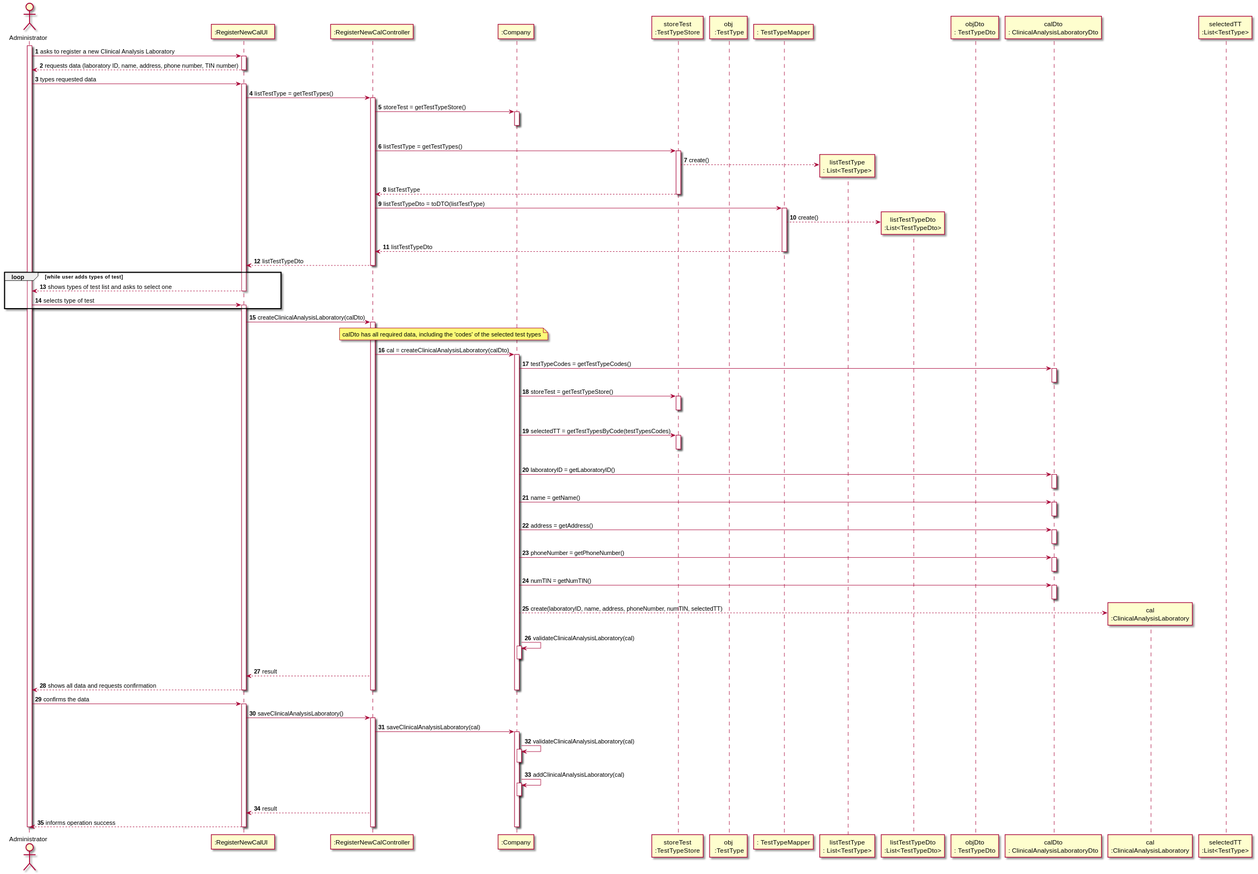
The PlantUML diagram docs/SprintC/US_8/US8_SD.svg in ana-albergaria/LAPR2-ISEP, before a commit. Source of this version:
```plantuml
@startuml
autonumber
actor "Administrator" as ADM

participant ":RegisterNewCalUI  " as UI
participant ":RegisterNewCalController" as CTRL
participant ":Company" as PLAT
participant "storeTest\n:TestTypeStore" as TEST_TYPE_STORE
participant "obj\n :TestType" as TEST_TYPE_OBJ
participant ": TestTypeMapper" as MAPPER
participant "listTestType\n: List<TestType>" as LIST
participant "listTestTypeDto\n:List<TestTypeDto>" as LIST_DTO
participant "objDto\n: TestTypeDto" as OBJ_DTO
participant "calDto\n: ClinicalAnalysisLaboratoryDto" as CAL_DTO
participant "cal\n:ClinicalAnalysisLaboratory" as TAREFA
participant "selectedTT\n:List<TestType>" as CAT



activate ADM
ADM -> UI : asks to register a new Clinical Analysis Laboratory
activate UI
UI --> ADM : requests data (laboratory ID, name, address, phone number, TIN number)
deactivate UI

ADM -> UI : types requested data
activate UI

UI -> CTRL : listTestType = getTestTypes()
activate CTRL

CTRL -> PLAT : storeTest = getTestTypeStore()
activate PLAT
|||
deactivate PLAT

CTRL -> TEST_TYPE_STORE : listTestType = getTestTypes()
activate TEST_TYPE_STORE


TEST_TYPE_STORE --> LIST** : create()

TEST_TYPE_STORE --> CTRL : listTestType

deactivate TEST_TYPE_STORE


CTRL -> MAPPER : listTestTypeDto = toDTO(listTestType)
activate MAPPER

MAPPER --> LIST_DTO** : create()



MAPPER --> CTRL : listTestTypeDto
deactivate MAPPER


CTRL --> UI : listTestTypeDto
deactivate CTRL

loop while user adds types of test
UI --> ADM : shows types of test list and asks to select one
deactivate PLAT
deactivate UI

ADM -> UI : selects type of test
activate UI
end


UI -> CTRL : createClinicalAnalysisLaboratory(calDto)
activate CTRL






note over CTRL, PLAT
calDto has all required data, including the 'codes' of the selected test types
end note
CTRL -> PLAT: cal = createClinicalAnalysisLaboratory(calDto)
activate PLAT

PLAT -> CAL_DTO : testTypeCodes = getTestTypeCodes()
activate CAL_DTO
deactivate CAL_DTO

PLAT -> TEST_TYPE_STORE : storeTest = getTestTypeStore()
activate TEST_TYPE_STORE
|||
deactivate TEST_TYPE_STORE

PLAT -> TEST_TYPE_STORE : selectedTT = getTestTypesByCode(testTypesCodes)
activate TEST_TYPE_STORE
|||
deactivate TEST_TYPE_STORE


PLAT -> CAL_DTO : laboratoryID = getLaboratoryID()
activate CAL_DTO
deactivate CAL_DTO

PLAT -> CAL_DTO : name = getName()
activate CAL_DTO
deactivate CAL_DTO

PLAT -> CAL_DTO : address = getAddress()
activate CAL_DTO
deactivate CAL_DTO

PLAT -> CAL_DTO : phoneNumber = getPhoneNumber()
activate CAL_DTO
deactivate CAL_DTO

PLAT -> CAL_DTO : numTIN = getNumTIN()
activate CAL_DTO
deactivate CAL_DTO


PLAT --> TAREFA**: create(laboratoryID, name, address, phoneNumber, numTIN, selectedTT)
PLAT -> PLAT: validateClinicalAnalysisLaboratory(cal)
activate PLAT
deactivate PLAT

CTRL --> UI: result

UI --> ADM: shows all data and requests confirmation
deactivate PLAT
deactivate PLAT
deactivate CTRL
deactivate UI

ADM -> UI : confirms the data
activate UI
UI -> CTRL : saveClinicalAnalysisLaboratory()
activate CTRL

CTRL -> PLAT : saveClinicalAnalysisLaboratory(cal)
activate PLAT

PLAT -> PLAT: validateClinicalAnalysisLaboratory(cal)
activate PLAT
deactivate PLAT
PLAT -> PLAT: addClinicalAnalysisLaboratory(cal)
activate PLAT
deactivate PLAT

CTRL --> UI: result

UI --> ADM : informs operation success
deactivate PLAT
deactivate CTRL
deactivate UI

deactivate ADM


@enduml
```
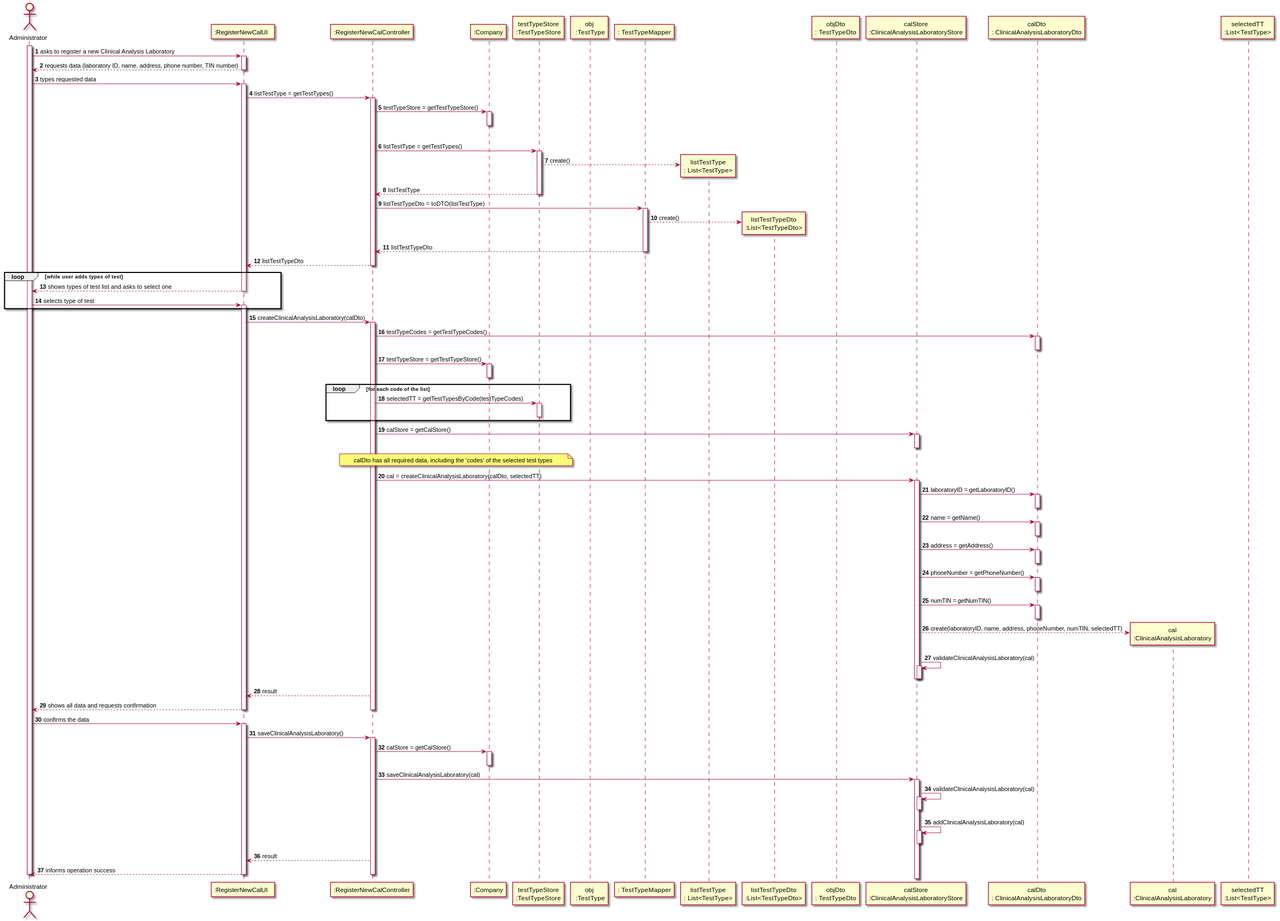
The same diagram one commit later.

What changed in the source:
```diff
@@ -5,12 +5,13 @@
 participant ":RegisterNewCalUI  " as UI
 participant ":RegisterNewCalController" as CTRL
 participant ":Company" as PLAT
-participant "storeTest\n:TestTypeStore" as TEST_TYPE_STORE
+participant "testTypeStore\n:TestTypeStore" as TEST_TYPE_STORE
 participant "obj\n :TestType" as TEST_TYPE_OBJ
 participant ": TestTypeMapper" as MAPPER
 participant "listTestType\n: List<TestType>" as LIST
 participant "listTestTypeDto\n:List<TestTypeDto>" as LIST_DTO
 participant "objDto\n: TestTypeDto" as OBJ_DTO
+participant "calStore\n:ClinicalAnalysisLaboratoryStore" as CAL_STORE
 participant "calDto\n: ClinicalAnalysisLaboratoryDto" as CAL_DTO
 participant "cal\n:ClinicalAnalysisLaboratory" as TAREFA
 participant "selectedTT\n:List<TestType>" as CAT
@@ -29,7 +30,7 @@
 UI -> CTRL : listTestType = getTestTypes()
 activate CTRL
 
-CTRL -> PLAT : storeTest = getTestTypeStore()
+CTRL -> PLAT : testTypeStore = getTestTypeStore()
 activate PLAT
 |||
 deactivate PLAT
@@ -77,52 +78,59 @@
 
 
 
-note over CTRL, PLAT
-calDto has all required data, including the 'codes' of the selected test types
-end note
-CTRL -> PLAT: cal = createClinicalAnalysisLaboratory(calDto)
-activate PLAT
 
-PLAT -> CAL_DTO : testTypeCodes = getTestTypeCodes()
+CTRL -> CAL_DTO : testTypeCodes = getTestTypeCodes()
 activate CAL_DTO
 deactivate CAL_DTO
 
-PLAT -> TEST_TYPE_STORE : storeTest = getTestTypeStore()
+CTRL -> PLAT : testTypeStore = getTestTypeStore()
+activate PLAT
+deactivate PLAT
+
+loop for each code of the list
+CTRL -> TEST_TYPE_STORE : selectedTT = getTestTypesByCode(testTypeCodes)
 activate TEST_TYPE_STORE
-|||
-deactivate TEST_TYPE_STORE
+deactivate
+end
 
-PLAT -> TEST_TYPE_STORE : selectedTT = getTestTypesByCode(testTypesCodes)
-activate TEST_TYPE_STORE
-|||
-deactivate TEST_TYPE_STORE
+CTRL -> CAL_STORE : calStore = getCalStore()
+activate CAL_STORE
+deactivate CAL_STORE
 
 
-PLAT -> CAL_DTO : laboratoryID = getLaboratoryID()
+note over CTRL, TEST_TYPE_STORE
+calDto has all required data, including the 'codes' of the selected test types
+end note
+CTRL -> CAL_STORE: cal = createClinicalAnalysisLaboratory(calDto, selectedTT)
+activate CAL_STORE
+
+CAL_STORE -> CAL_DTO : laboratoryID = getLaboratoryID()
 activate CAL_DTO
 deactivate CAL_DTO
 
-PLAT -> CAL_DTO : name = getName()
+CAL_STORE -> CAL_DTO : name = getName()
 activate CAL_DTO
 deactivate CAL_DTO
 
-PLAT -> CAL_DTO : address = getAddress()
+CAL_STORE -> CAL_DTO : address = getAddress()
 activate CAL_DTO
 deactivate CAL_DTO
 
-PLAT -> CAL_DTO : phoneNumber = getPhoneNumber()
+CAL_STORE -> CAL_DTO : phoneNumber = getPhoneNumber()
 activate CAL_DTO
 deactivate CAL_DTO
 
-PLAT -> CAL_DTO : numTIN = getNumTIN()
+CAL_STORE -> CAL_DTO : numTIN = getNumTIN()
 activate CAL_DTO
 deactivate CAL_DTO
 
 
-PLAT --> TAREFA**: create(laboratoryID, name, address, phoneNumber, numTIN, selectedTT)
-PLAT -> PLAT: validateClinicalAnalysisLaboratory(cal)
-activate PLAT
-deactivate PLAT
+CAL_STORE --> TAREFA**: create(laboratoryID, name, address, phoneNumber, numTIN, selectedTT)
+CAL_STORE -> CAL_STORE: validateClinicalAnalysisLaboratory(cal)
+activate CAL_STORE
+deactivate CAL_STORE
+
+deactivate CAL_STORE
 
 CTRL --> UI: result
 
@@ -137,15 +145,19 @@
 UI -> CTRL : saveClinicalAnalysisLaboratory()
 activate CTRL
 
-CTRL -> PLAT : saveClinicalAnalysisLaboratory(cal)
-activate PLAT
-
-PLAT -> PLAT: validateClinicalAnalysisLaboratory(cal)
+CTRL -> PLAT : calStore = getCalStore()
 activate PLAT
 deactivate PLAT
-PLAT -> PLAT: addClinicalAnalysisLaboratory(cal)
-activate PLAT
-deactivate PLAT
+
+CTRL -> CAL_STORE : saveClinicalAnalysisLaboratory(cal)
+activate CAL_STORE
+
+CAL_STORE -> CAL_STORE: validateClinicalAnalysisLaboratory(cal)
+activate CAL_STORE
+deactivate CAL_STORE
+CAL_STORE -> CAL_STORE: addClinicalAnalysisLaboratory(cal)
+activate CAL_STORE
+deactivate CAL_STORE
 
 CTRL --> UI: result
 
```
